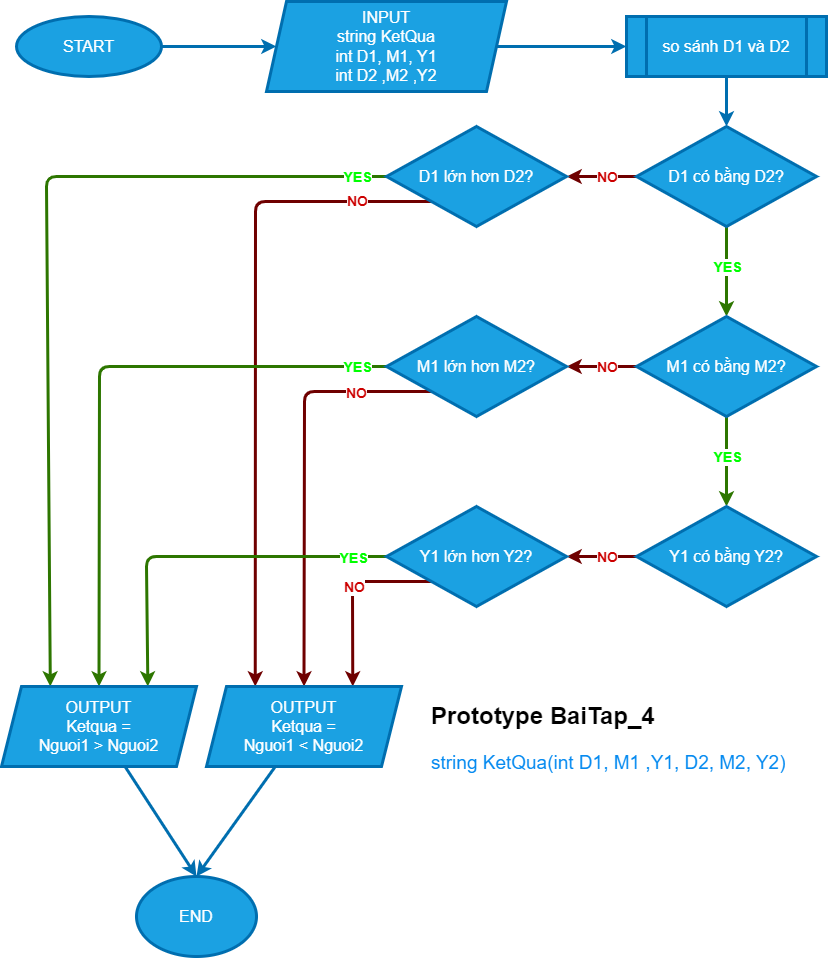
The draw.io diagram Lab_1/Bai_4/FlowBai_4_1.drawio.png in MinkWungNe/NLNNLT, before a commit. Source tidied: cells renumbered, new cells last; positions are measured from the earlier drawing's top-left corner, leaving out a move shared by most shapes.
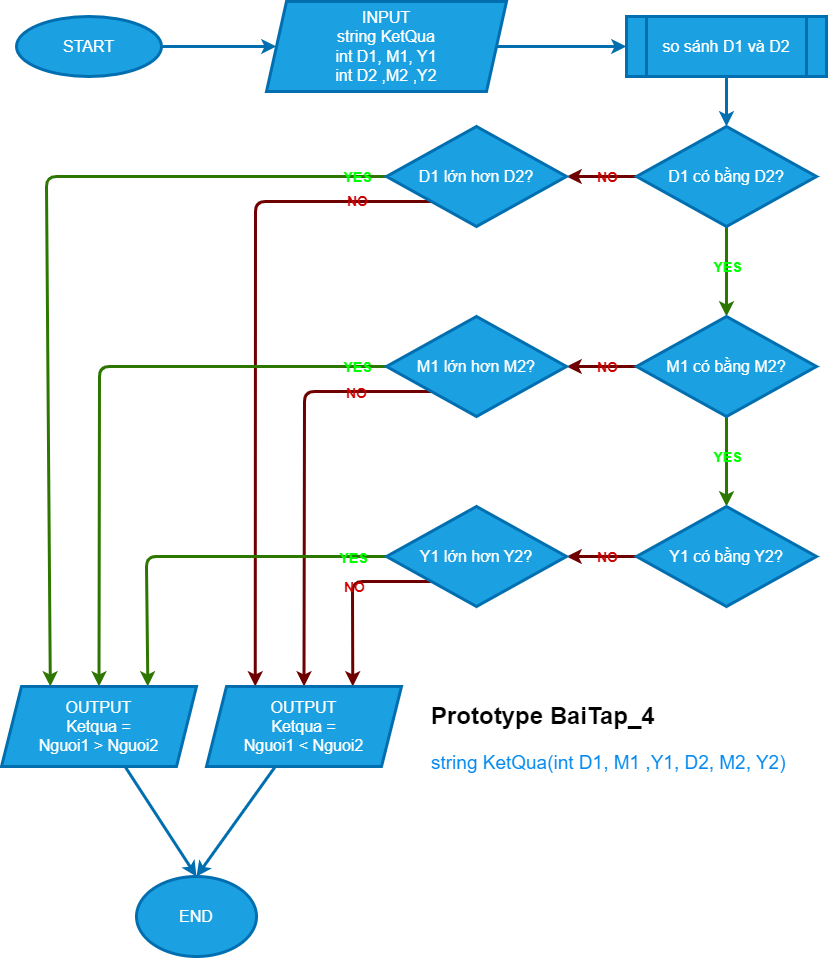
Above is the later version.

Commit message:
Enhance flowchart readability with color highlights

Change to the diagram source:
```diff
@@ -17,7 +17,7 @@
     <mxCell id="6" style="edgeStyle=none;html=1;fontSize=16;fillColor=#a20025;strokeColor=#6F0000;strokeWidth=3;" parent="1" edge="1" source="10" target="17">
       <mxGeometry relative="1" as="geometry" />
     </mxCell>
-    <mxCell id="7" value="NO" style="edgeLabel;html=1;align=center;verticalAlign=middle;fontSize=14;fontColor=#CC0000;fontStyle=1;" parent="6" vertex="1">
+    <mxCell id="7" value="NO" style="edgeLabel;html=1;align=center;verticalAlign=middle;fontSize=14;fontColor=#CC0000;fontStyle=1;labelBackgroundColor=none;" parent="6" vertex="1">
       <mxGeometry x="-0.43" y="1" relative="1" as="geometry">
         <mxPoint x="-10" y="-1" as="offset" />
       </mxGeometry>
@@ -25,7 +25,7 @@
     <mxCell id="8" style="edgeStyle=none;html=1;fontSize=16;fillColor=#60a917;strokeColor=#2D7600;strokeWidth=3;" parent="1" edge="1" source="10" target="22">
       <mxGeometry relative="1" as="geometry" />
     </mxCell>
-    <mxCell id="9" value="&lt;b&gt;YES&lt;/b&gt;" style="edgeLabel;html=1;align=center;verticalAlign=middle;fontSize=14;fontColor=#00FF00;" parent="8" vertex="1">
+    <mxCell id="9" value="&lt;b&gt;YES&lt;/b&gt;" style="edgeLabel;html=1;align=center;verticalAlign=middle;fontSize=14;fontColor=#00FF00;labelBackgroundColor=none;" parent="8" vertex="1">
       <mxGeometry x="-0.31" y="2" relative="1" as="geometry">
         <mxPoint x="-2" y="9" as="offset" />
       </mxGeometry>
@@ -46,7 +46,7 @@
         </Array>
       </mxGeometry>
     </mxCell>
-    <mxCell id="14" value="YES" style="edgeLabel;html=1;align=center;verticalAlign=middle;fontSize=14;fontColor=#00FF00;fontStyle=1;" parent="13" vertex="1">
+    <mxCell id="14" value="YES" style="edgeLabel;html=1;align=center;verticalAlign=middle;fontSize=14;fontColor=#00FF00;fontStyle=1;labelBackgroundColor=none;" parent="13" vertex="1">
       <mxGeometry x="-0.88" y="-2" relative="1" as="geometry">
         <mxPoint x="20" y="2" as="offset" />
       </mxGeometry>
@@ -58,7 +58,7 @@
         </Array>
       </mxGeometry>
     </mxCell>
-    <mxCell id="16" value="NO" style="edgeLabel;html=1;align=center;verticalAlign=middle;fontSize=14;fontColor=#CC0000;fontStyle=1;" parent="15" vertex="1">
+    <mxCell id="16" value="NO" style="edgeLabel;html=1;align=center;verticalAlign=middle;fontSize=14;fontColor=#CC0000;fontStyle=1;labelBackgroundColor=none;" parent="15" vertex="1">
       <mxGeometry x="-0.7" y="-1" relative="1" as="geometry">
         <mxPoint x="25" as="offset" />
       </mxGeometry>
@@ -69,7 +69,7 @@
     <mxCell id="18" style="edgeStyle=none;html=1;fontSize=16;fillColor=#60a917;strokeColor=#2D7600;strokeWidth=3;" parent="1" edge="1" source="22" target="25">
       <mxGeometry relative="1" as="geometry" />
     </mxCell>
-    <mxCell id="19" value="&lt;font color=&quot;#00ff00&quot;&gt;YES&lt;/font&gt;" style="edgeLabel;html=1;align=center;verticalAlign=middle;fontSize=14;fontColor=#CC0000;fontStyle=1;" parent="18" vertex="1">
+    <mxCell id="19" value="&lt;font color=&quot;#00ff00&quot;&gt;YES&lt;/font&gt;" style="edgeLabel;html=1;align=center;verticalAlign=middle;fontSize=14;fontColor=#CC0000;fontStyle=1;labelBackgroundColor=none;" parent="18" vertex="1">
       <mxGeometry x="-0.33" y="2" relative="1" as="geometry">
         <mxPoint x="-2" y="10" as="offset" />
       </mxGeometry>
@@ -77,7 +77,7 @@
     <mxCell id="20" style="edgeStyle=none;html=1;fontSize=16;fillColor=#a20025;strokeColor=#6F0000;strokeWidth=3;" parent="1" edge="1" source="22" target="30">
       <mxGeometry relative="1" as="geometry" />
     </mxCell>
-    <mxCell id="21" value="&lt;b&gt;NO&lt;/b&gt;" style="edgeLabel;html=1;align=center;verticalAlign=middle;fontSize=14;fontColor=#CC0000;" parent="20" vertex="1">
+    <mxCell id="21" value="&lt;b&gt;NO&lt;/b&gt;" style="edgeLabel;html=1;align=center;verticalAlign=middle;fontSize=14;fontColor=#CC0000;labelBackgroundColor=none;" parent="20" vertex="1">
       <mxGeometry x="-0.29" y="1" relative="1" as="geometry">
         <mxPoint x="-5" y="-1" as="offset" />
       </mxGeometry>
@@ -88,7 +88,7 @@
     <mxCell id="23" style="edgeStyle=none;html=1;fontSize=16;fillColor=#a20025;strokeColor=#6F0000;strokeWidth=3;" parent="1" edge="1" source="25" target="35">
       <mxGeometry relative="1" as="geometry" />
     </mxCell>
-    <mxCell id="24" value="&lt;b&gt;NO&lt;/b&gt;" style="edgeLabel;html=1;align=center;verticalAlign=middle;fontSize=14;fontColor=#CC0000;" parent="23" vertex="1">
+    <mxCell id="24" value="&lt;b&gt;NO&lt;/b&gt;" style="edgeLabel;html=1;align=center;verticalAlign=middle;fontSize=14;fontColor=#CC0000;labelBackgroundColor=none;" parent="23" vertex="1">
       <mxGeometry x="-0.34" y="2" relative="1" as="geometry">
         <mxPoint x="-7" y="-2" as="offset" />
       </mxGeometry>
@@ -103,7 +103,7 @@
         </Array>
       </mxGeometry>
     </mxCell>
-    <mxCell id="27" value="YES" style="edgeLabel;html=1;align=center;verticalAlign=middle;fontSize=14;fontColor=#00FF00;fontStyle=1;" parent="26" vertex="1">
+    <mxCell id="27" value="YES" style="edgeLabel;html=1;align=center;verticalAlign=middle;fontSize=14;fontColor=#00FF00;fontStyle=1;labelBackgroundColor=none;" parent="26" vertex="1">
       <mxGeometry x="-0.91" y="4" relative="1" as="geometry">
         <mxPoint x="-2" y="-4" as="offset" />
       </mxGeometry>
@@ -115,7 +115,7 @@
         </Array>
       </mxGeometry>
     </mxCell>
-    <mxCell id="29" value="NO" style="edgeLabel;html=1;align=center;verticalAlign=middle;fontSize=14;fontColor=#CC0000;fontStyle=1;" parent="28" vertex="1">
+    <mxCell id="29" value="NO" style="edgeLabel;html=1;align=center;verticalAlign=middle;fontSize=14;fontColor=#CC0000;fontStyle=1;labelBackgroundColor=none;" parent="28" vertex="1">
       <mxGeometry x="-0.64" y="1" relative="1" as="geometry" />
     </mxCell>
     <mxCell id="30" value="M1 lớn hơn M2?" style="rhombus;whiteSpace=wrap;html=1;fontSize=16;fillColor=#1ba1e2;fontColor=#ffffff;strokeColor=#006EAF;strokeWidth=3;" parent="1" vertex="1">
@@ -128,7 +128,7 @@
         </Array>
       </mxGeometry>
     </mxCell>
-    <mxCell id="32" value="YES" style="edgeLabel;html=1;align=center;verticalAlign=middle;fontSize=14;fontColor=#00FF00;fontStyle=1;" parent="31" vertex="1">
+    <mxCell id="32" value="YES" style="edgeLabel;html=1;align=center;verticalAlign=middle;fontSize=14;fontColor=#00FF00;fontStyle=1;labelBackgroundColor=none;" parent="31" vertex="1">
       <mxGeometry x="-0.82" y="1" relative="1" as="geometry" />
     </mxCell>
     <mxCell id="33" style="edgeStyle=none;html=1;entryX=0.75;entryY=0;entryDx=0;entryDy=0;fontSize=16;exitX=0;exitY=1;exitDx=0;exitDy=0;fillColor=#a20025;strokeColor=#6F0000;strokeWidth=3;" parent="1" edge="1" source="35" target="39">
@@ -138,7 +138,7 @@
         </Array>
       </mxGeometry>
     </mxCell>
-    <mxCell id="34" value="NO" style="edgeLabel;html=1;align=center;verticalAlign=middle;fontSize=14;fontColor=#CC0000;fontStyle=1;" parent="33" vertex="1">
+    <mxCell id="34" value="NO" style="edgeLabel;html=1;align=center;verticalAlign=middle;fontSize=14;fontColor=#CC0000;fontStyle=1;labelBackgroundColor=none;" parent="33" vertex="1">
       <mxGeometry x="-0.3" y="-1" relative="1" as="geometry">
         <mxPoint x="-14" y="6" as="offset" />
       </mxGeometry>
```
